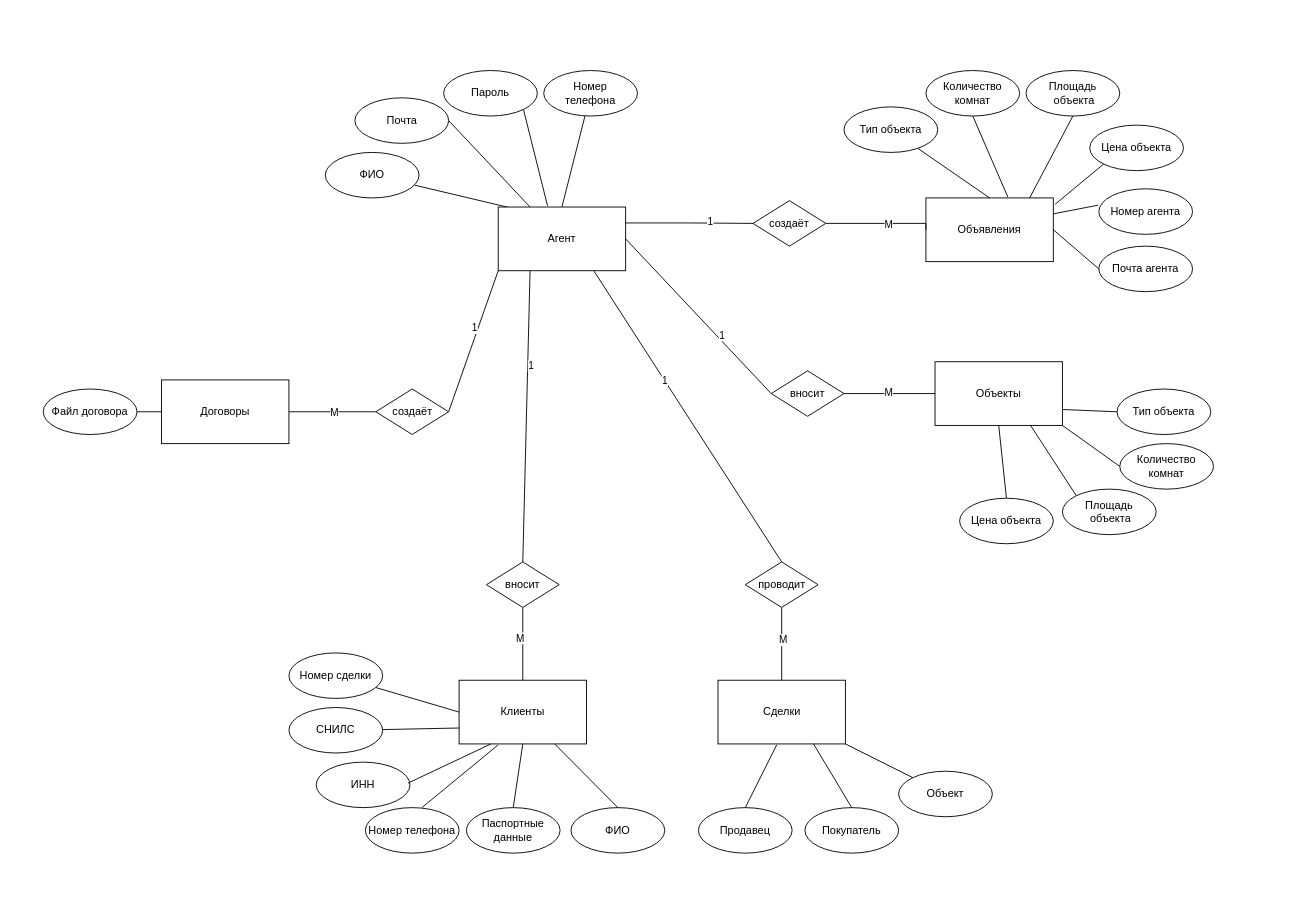
The draw.io diagram page "Концептуальная" (7 of 8) of КП.drawio in niksli-tl/KyrsvProject, before the edit. Source tidied: cells renumbered, new cells numbered last; positions are measured from the earlier drawing's top-left corner, leaving out a move shared by most shapes. Both pictures are drawn from the tidied source at 91%, with x=0, y=0 at pixel (43, 70).
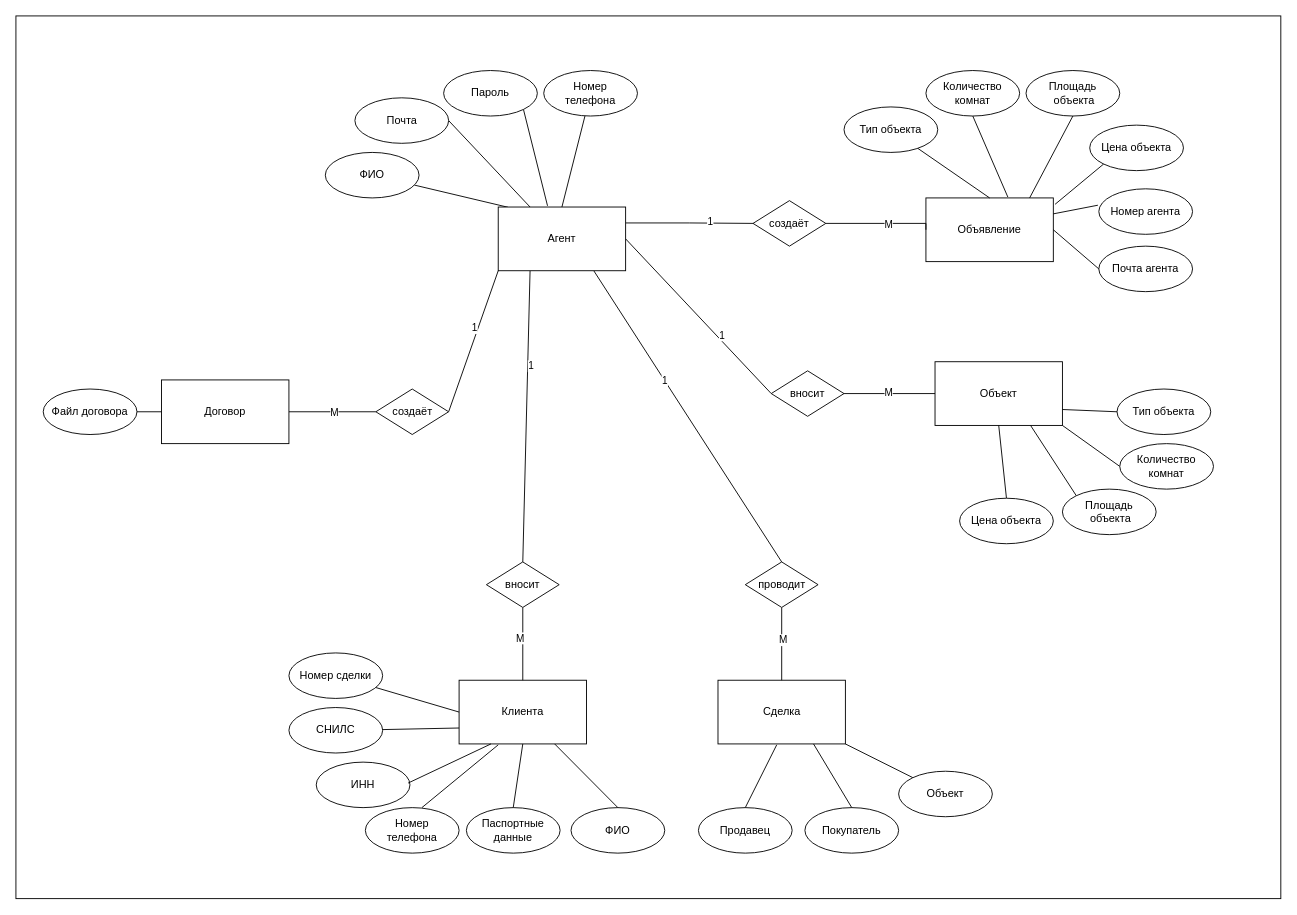
The same page after the edit.

What changed in the source:
```diff
@@
+    <mxCell id="82" style="rounded=0;whiteSpace=wrap;html=1;" parent="1" vertex="1">
+      <mxGeometry x="-30" y="-60" width="1390" height="970" as="geometry" />
+    </mxCell>
@@
-    <mxCell id="15" value="Объекты" style="rounded=0;whiteSpace=wrap;html=1;" parent="1" vertex="1">
+    <mxCell id="15" value="Объект" style="rounded=0;whiteSpace=wrap;html=1;" parent="1" vertex="1">
       <mxGeometry x="980" y="320" width="140" height="70" as="geometry" />
     </mxCell>
-    <mxCell id="16" value="Сделки" style="rounded=0;whiteSpace=wrap;html=1;" parent="1" vertex="1">
+    <mxCell id="16" value="Сделка" style="rounded=0;whiteSpace=wrap;html=1;" parent="1" vertex="1">
       <mxGeometry x="741.5" y="670" width="140" height="70" as="geometry" />
     </mxCell>
-    <mxCell id="17" value="Клиенты" style="rounded=0;whiteSpace=wrap;html=1;" parent="1" vertex="1">
+    <mxCell id="17" value="Клиента" style="rounded=0;whiteSpace=wrap;html=1;" parent="1" vertex="1">
       <mxGeometry x="457" y="670" width="140" height="70" as="geometry" />
     </mxCell>
@@
-    <mxCell id="31" value="Договоры" style="rounded=0;whiteSpace=wrap;html=1;" parent="1" vertex="1">
+    <mxCell id="31" value="Договор" style="rounded=0;whiteSpace=wrap;html=1;" parent="1" vertex="1">
       <mxGeometry x="130" y="340" width="140" height="70" as="geometry" />
     </mxCell>
-    <mxCell id="32" value="Объявления" style="rounded=0;whiteSpace=wrap;html=1;" parent="1" vertex="1">
+    <mxCell id="32" value="Объявление" style="rounded=0;whiteSpace=wrap;html=1;" parent="1" vertex="1">
       <mxGeometry x="970" y="140" width="140" height="70" as="geometry" />
     </mxCell>
@@
-    <mxCell id="70" value="Номер телефона" style="ellipse;whiteSpace=wrap;html=1;" parent="1" vertex="1">
+    <mxCell id="70" value="Номер &lt;br&gt;телефона" style="ellipse;whiteSpace=wrap;html=1;" parent="1" vertex="1">
       <mxGeometry x="354" y="810" width="103" height="50" as="geometry" />
     </mxCell>
```
